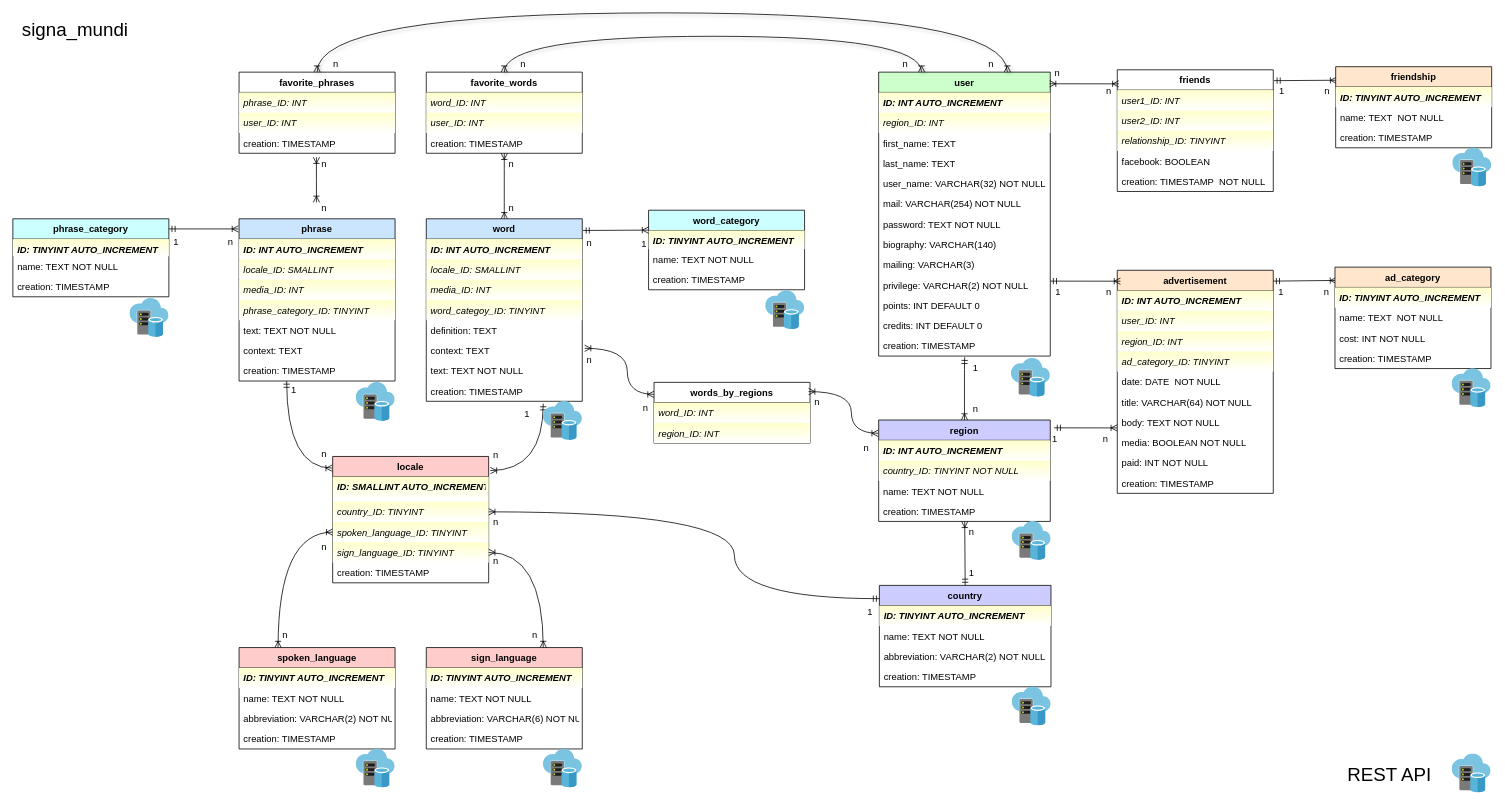
This is SQL/Diagram.drawio from Dialvive/HandsApp-API, a draw.io file, before an edit. Source tidied: cells renumbered, new cells numbered last; positions are measured from the earlier drawing's top-left corner, leaving out a move shared by most shapes. Both pictures are drawn from the tidied source at 78%, with x=0, y=0 at pixel (12, 12).
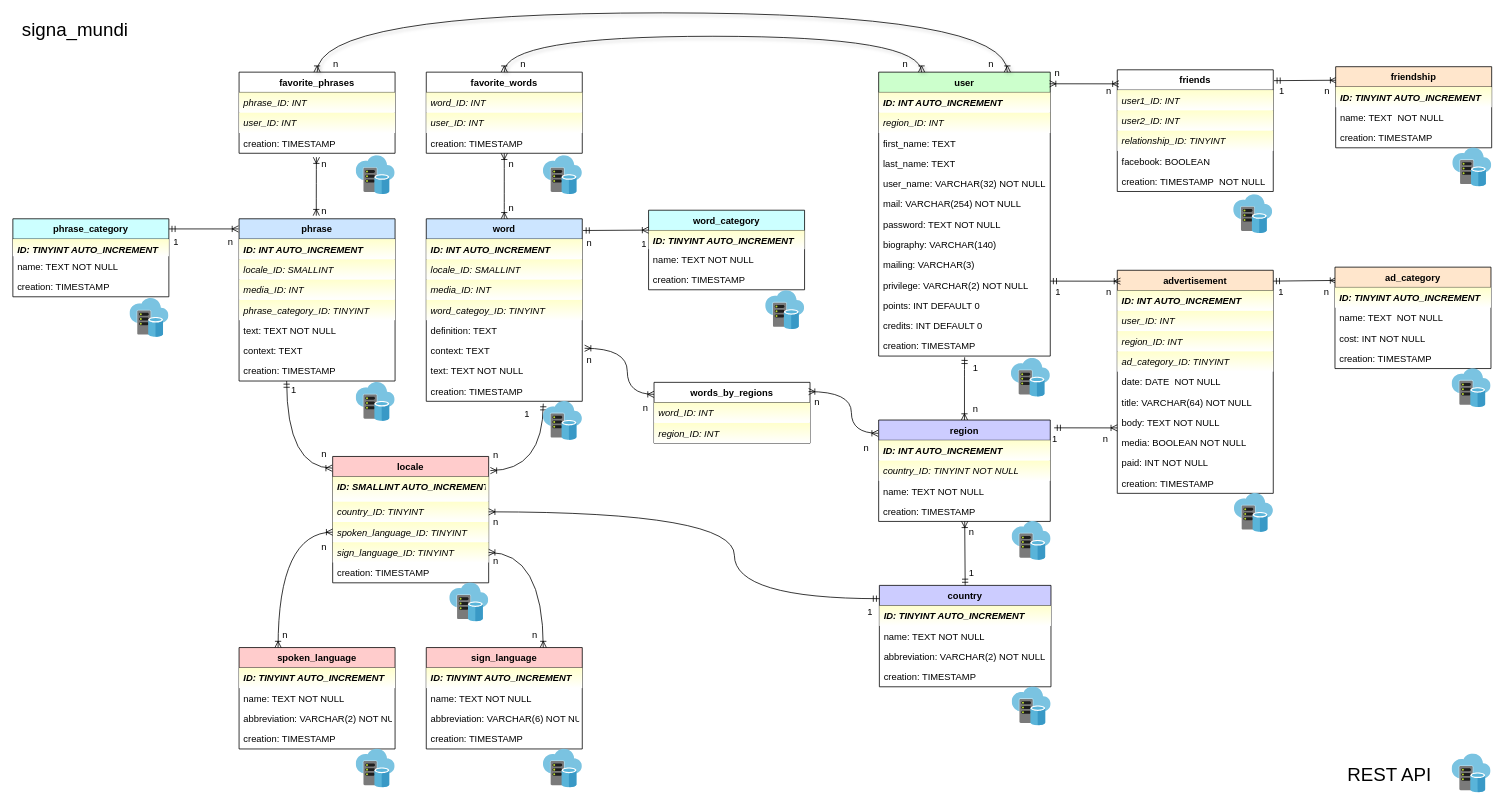
Above is the later version.

The change refers to these unchanged cells:
```xml
<mxCell id="123" value="n" style="text;strokeColor=none;fillColor=none;spacingLeft=4;spacingRight=4;overflow=hidden;points=[[0,0.5],[1,0.5]];portConstraint=eastwest;fontSize=12;labelBackgroundColor=none;" parent="1" vertex="1">
  <mxGeometry x="390" y="180" width="20" height="28" as="geometry" />
</mxCell>
```

What changed in the source:
```diff
@@
-    <mxCell id="114" style="edgeStyle=orthogonalEdgeStyle;fontSize=12;html=1;endArrow=ERoneToMany;startArrow=ERoneToMany;exitX=0.5;exitY=0;exitDx=0;exitDy=0;curved=1;entryX=-0.043;entryY=0.179;entryDx=0;entryDy=0;entryPerimeter=0;" parent="1" edge="1" target="123">
+    <mxCell id="114" style="edgeStyle=orthogonalEdgeStyle;fontSize=12;html=1;endArrow=ERoneToMany;startArrow=ERoneToMany;curved=1;entryX=-0.043;entryY=0.179;entryDx=0;entryDy=0;entryPerimeter=0;" parent="1" edge="1" target="123">
       <mxGeometry relative="1" as="geometry">
-        <mxPoint x="389.2" y="243" as="sourcePoint" />
+        <mxPoint x="389" y="260" as="sourcePoint" />
         <Array as="points">
-          <mxPoint x="389" y="215" />
           <mxPoint x="389" y="215" />
         </Array>
       </mxGeometry>
     </mxCell>
@@
     <mxCell id="117" value="n" style="text;strokeColor=none;fillColor=none;spacingLeft=4;spacingRight=4;overflow=hidden;fontSize=12;labelBackgroundColor=none;" parent="1" vertex="1">
-      <mxGeometry x="390" y="236" width="20" height="28" as="geometry" />
+      <mxGeometry x="390" y="240" width="20" height="24" as="geometry" />
     </mxCell>
@@
+    <mxCell id="178" style="html=1;align=center;image;fontSize=12;image=img/lib/mscae/Virtual_Datacenter.svg;" parent="1" vertex="1">
+      <mxGeometry x="560" y="730.7" width="50" height="50" as="geometry" />
+    </mxCell>
+    <mxCell id="179" style="html=1;align=center;image;fontSize=12;image=img/lib/mscae/Virtual_Datacenter.svg;" parent="1" vertex="1">
+      <mxGeometry x="1565.9" y="616" width="50" height="50" as="geometry" />
+    </mxCell>
+    <mxCell id="180" style="html=1;align=center;image;fontSize=12;image=img/lib/mscae/Virtual_Datacenter.svg;" parent="1" vertex="1">
+      <mxGeometry x="1565" y="233" width="50" height="50" as="geometry" />
+    </mxCell>
+    <mxCell id="181" style="html=1;align=center;image;fontSize=12;image=img/lib/mscae/Virtual_Datacenter.svg;" parent="1" vertex="1">
+      <mxGeometry x="680" y="183" width="50" height="50" as="geometry" />
+    </mxCell>
+    <mxCell id="182" style="html=1;align=center;image;fontSize=12;image=img/lib/mscae/Virtual_Datacenter.svg;" parent="1" vertex="1">
+      <mxGeometry x="440" y="183" width="50" height="50" as="geometry" />
+    </mxCell>
```
